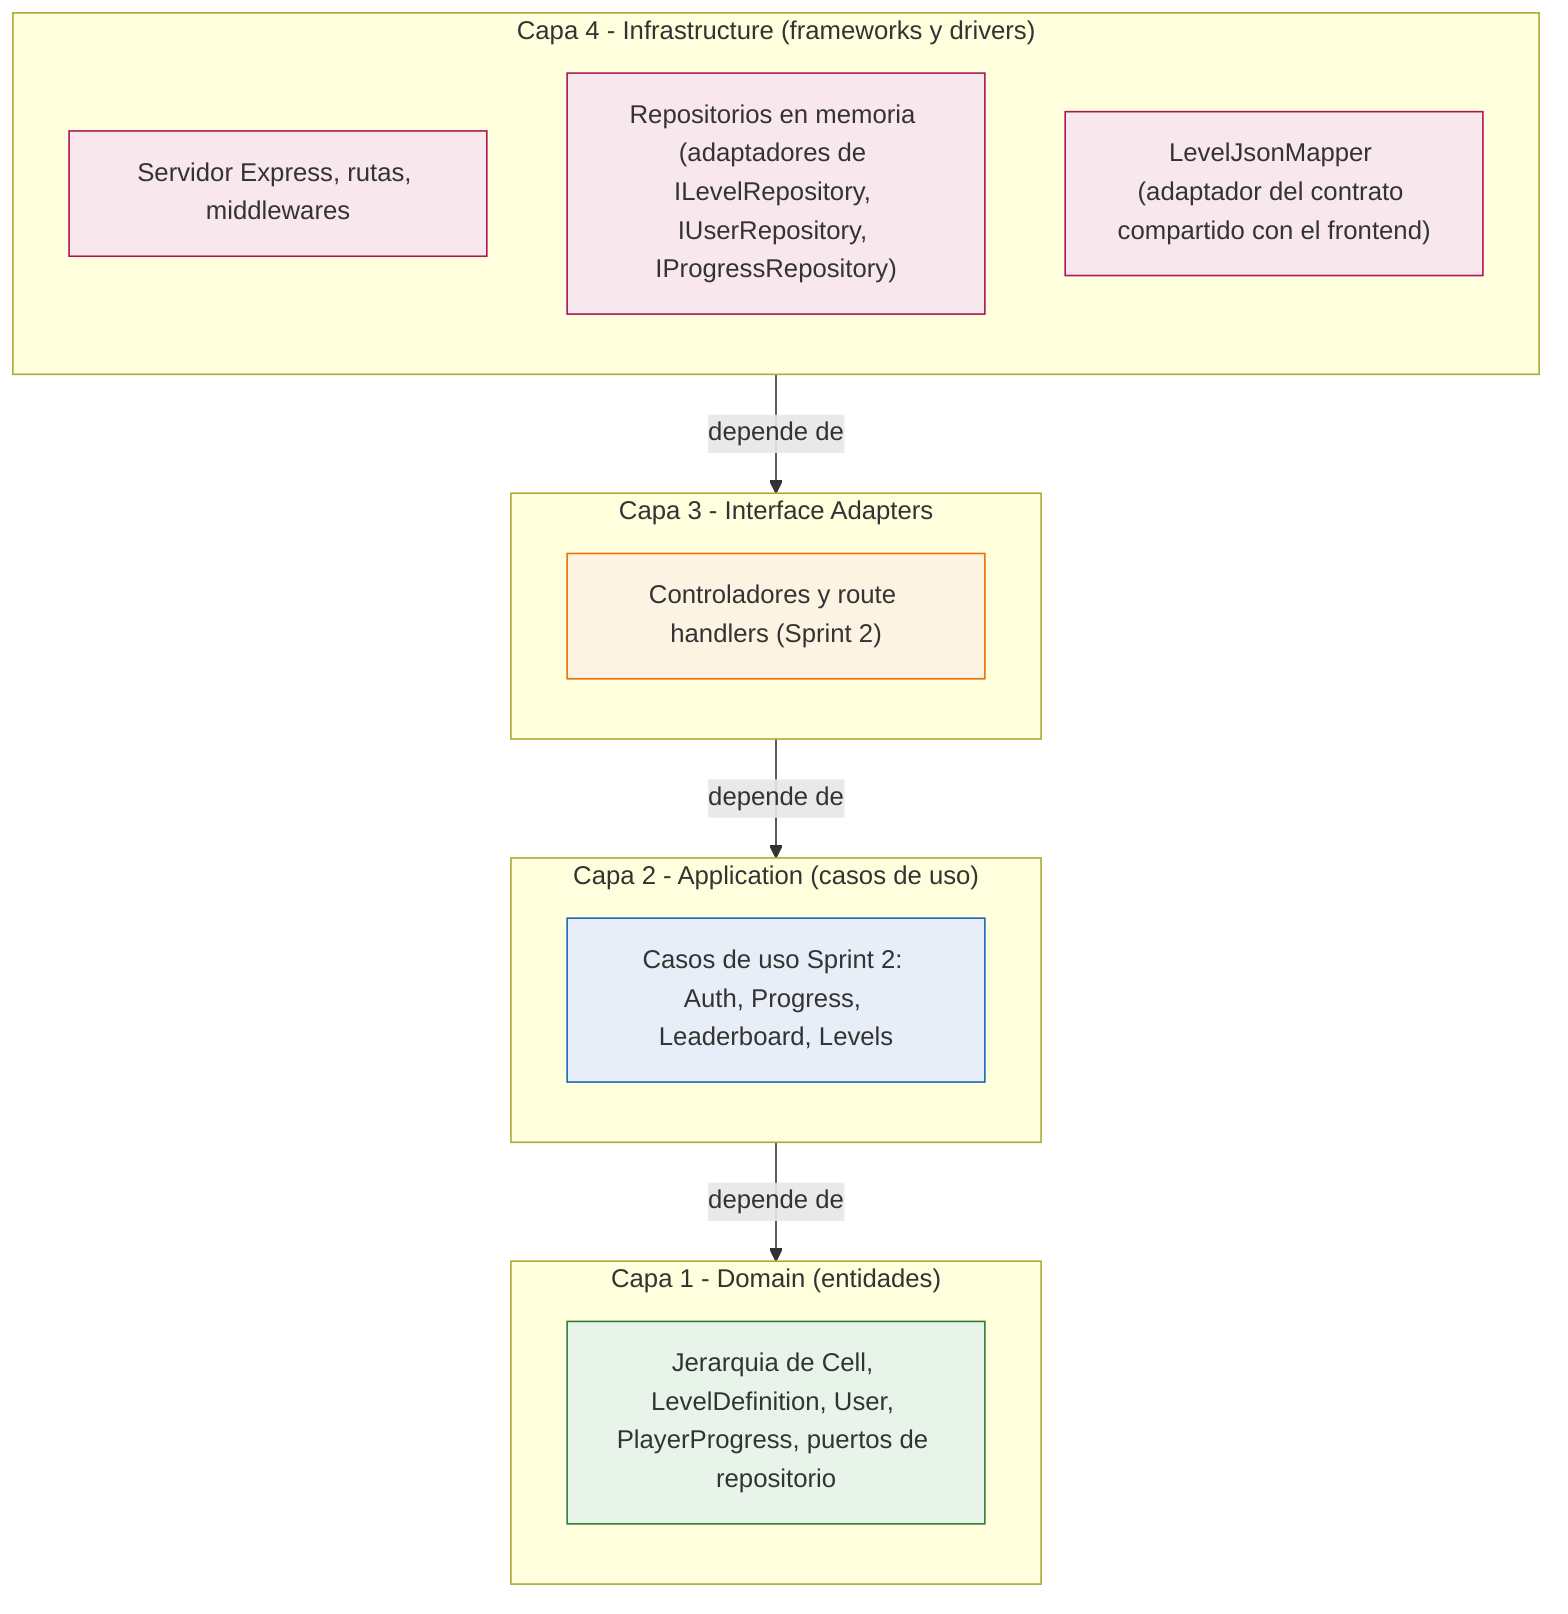
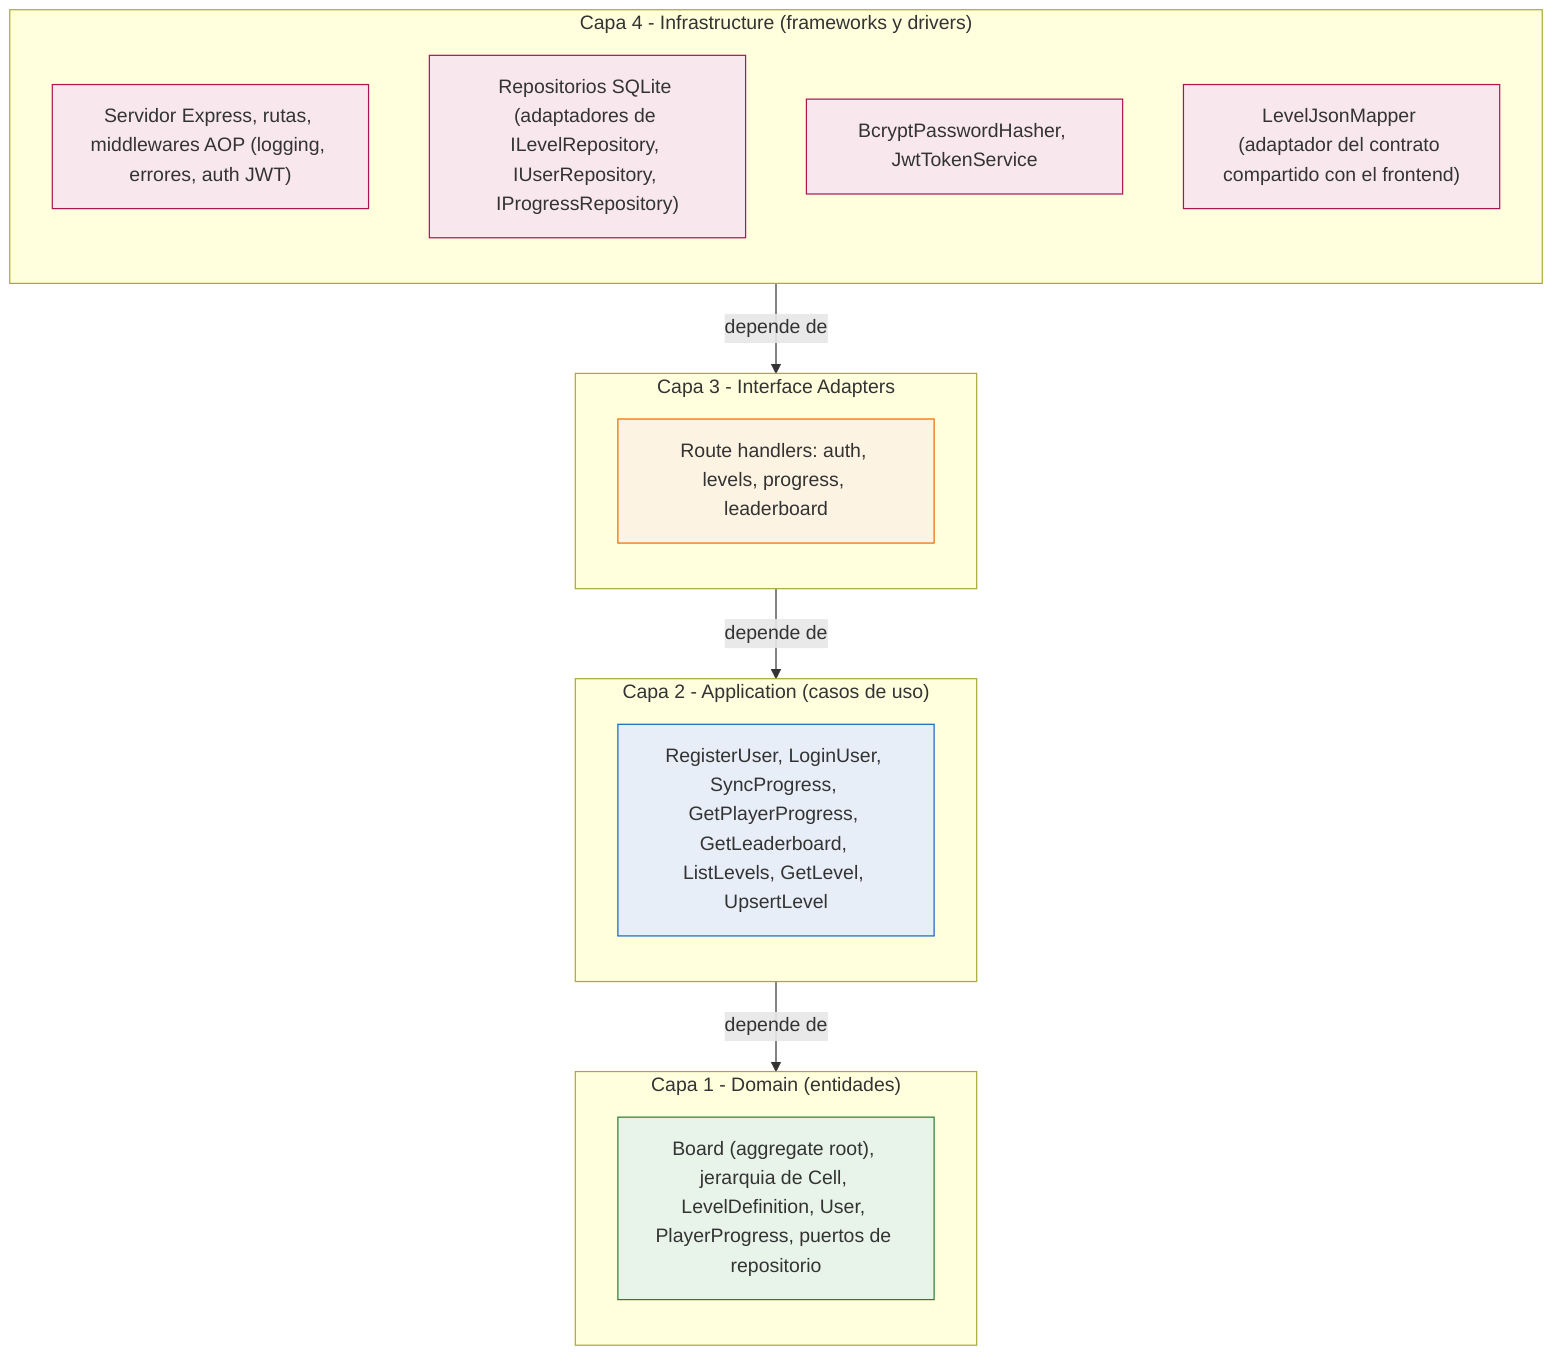
flowchart TB
    %% Diagrama de capas - Clean Architecture (backend Arrow Maze).
-     %% Placeholder de Sprint 1: las flechas van de afuera hacia adentro
-     %% (las capas externas dependen de las internas, nunca al reves).
-     %% Se refinara en Sprint 3 con el detalle completo de puertos y
-     %% adaptadores una vez existan los casos de uso y controladores de
-     %% Sprint 2.
+     %% Las flechas van de afuera hacia adentro (las capas externas dependen
+     %% de las internas, nunca al reves) - Regla de Dependencia respetada.
    subgraph L4["Capa 4 - Infrastructure (frameworks y drivers)"]
        direction TB
-         Express["Servidor Express, rutas, middlewares"]
-         InMemory["Repositorios en memoria (adaptadores de ILevelRepository, IUserRepository, IProgressRepository)"]
+         Express["Servidor Express, rutas, middlewares AOP (logging, errores, auth JWT)"]
+         Sqlite["Repositorios SQLite (adaptadores de ILevelRepository, IUserRepository, IProgressRepository)"]
+         Security["BcryptPasswordHasher, JwtTokenService"]
        Mappers["LevelJsonMapper (adaptador del contrato compartido con el frontend)"]
    end
    subgraph L3["Capa 3 - Interface Adapters"]
        direction TB
-         Controllers["Controladores y route handlers (Sprint 2)"]
+         Controllers["Route handlers: auth, levels, progress, leaderboard"]
    end
    subgraph L2["Capa 2 - Application (casos de uso)"]
        direction TB
-         UseCases["Casos de uso Sprint 2: Auth, Progress, Leaderboard, Levels"]
+         UseCases["RegisterUser, LoginUser, SyncProgress, GetPlayerProgress, GetLeaderboard, ListLevels, GetLevel, UpsertLevel"]
    end
    subgraph L1["Capa 1 - Domain (entidades)"]
        direction TB
-         Entities["Jerarquia de Cell, LevelDefinition, User, PlayerProgress, puertos de repositorio"]
+         Entities["Board (aggregate root), jerarquia de Cell, LevelDefinition, User, PlayerProgress, puertos de repositorio"]
    end

    L4 -->|depende de| L3
    L3 -->|depende de| L2
    L2 -->|depende de| L1

    classDef domain fill:#e8f4ea,stroke:#2e7d32
    classDef app fill:#e8eef8,stroke:#1565c0
    classDef adapters fill:#fdf3e2,stroke:#ef6c00
    classDef infra fill:#f8e8ee,stroke:#ad1457
    class Entities domain
    class UseCases app
    class Controllers adapters
-     class Express,InMemory,Mappers infra
+     class Express,Sqlite,Security,Mappers infra
